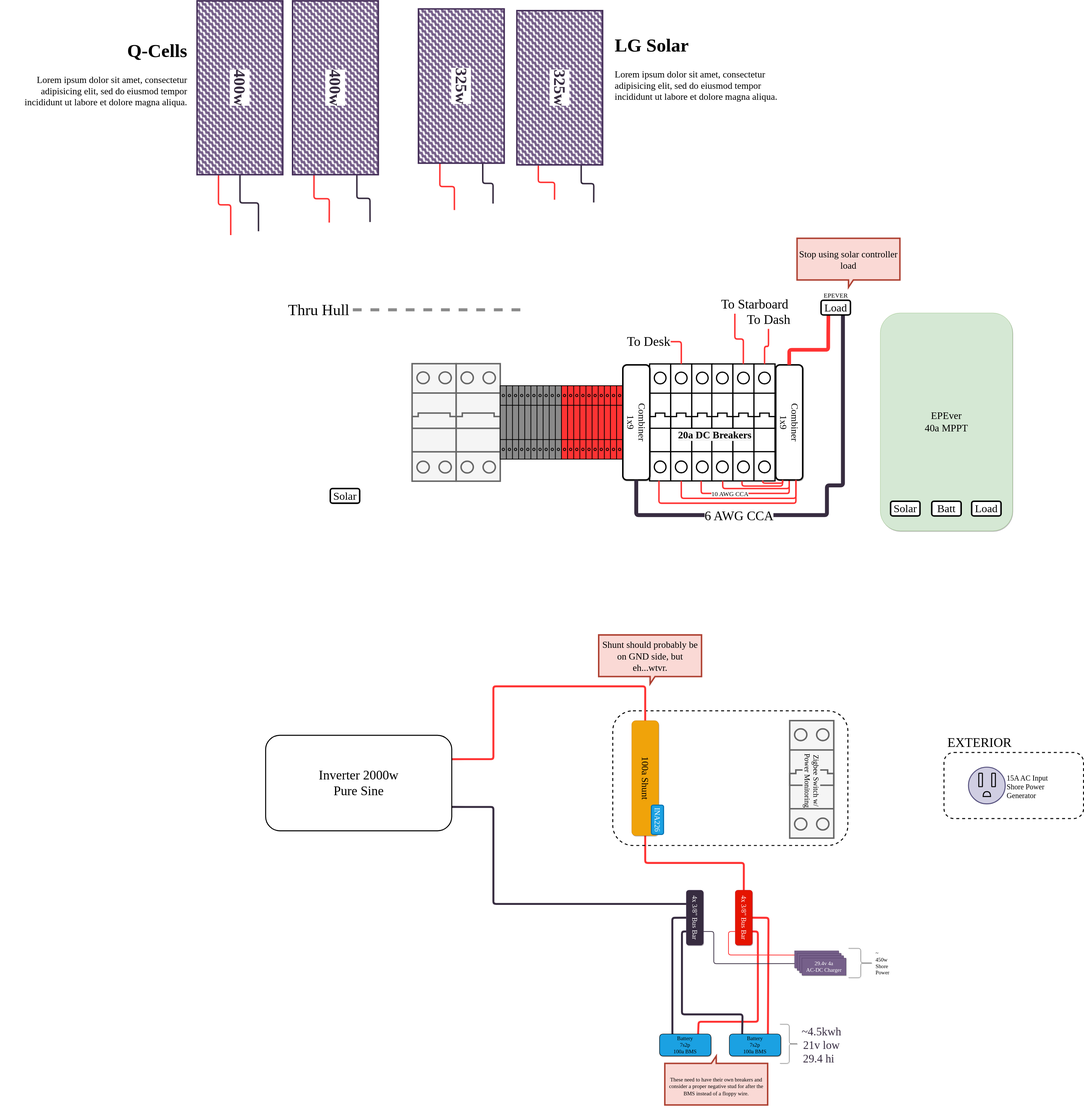
Above: gary-bussy-electrical.drawio.svg in clomads/gary-bussy (draw.io), before the change. Source tidied: cells renumbered, new cells last; positions are measured from the earlier drawing's top-left corner, leaving out a move shared by most shapes.
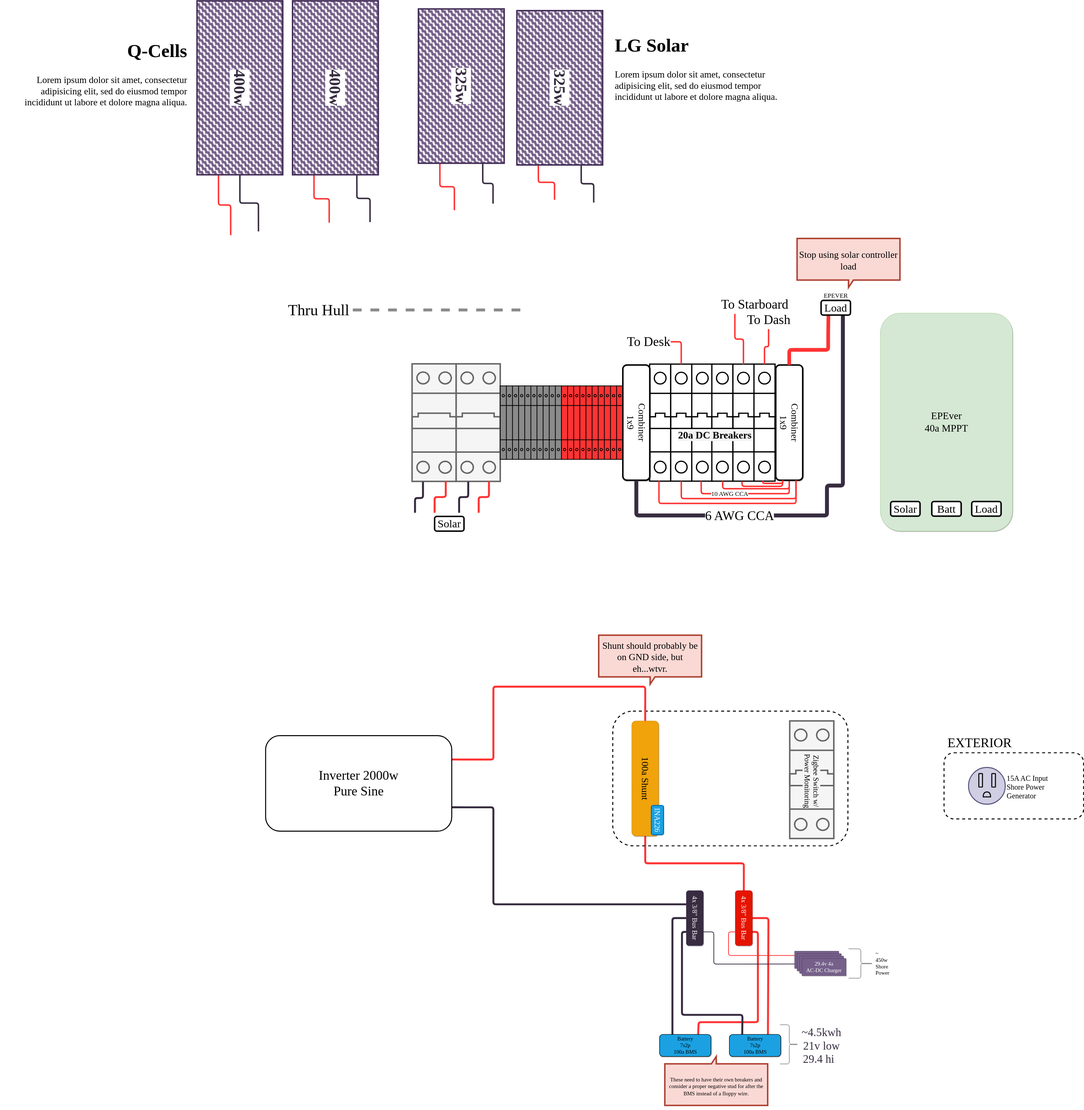
After the commit.

Commit message:
solar wires after breakers

What changed in the source:
```diff
@@ -393,7 +393,7 @@
       <mxGeometry x="3251" y="874" width="420" height="200" as="geometry" />
     </mxCell>
     <mxCell id="94" value="Solar" style="rounded=1;whiteSpace=wrap;html=1;shadow=0;labelBackgroundColor=none;sketch=0;fillStyle=auto;strokeColor=default;strokeWidth=6;fontFamily=League Spartan;fontSource=https%3A%2F%2Ffonts.googleapis.com%2Fcss%3Ffamily%3DLeague%2BSpartan;fontSize=45;fontColor=default;fillColor=default;" parent="1" vertex="1">
-      <mxGeometry x="1345" y="1896" width="120" height="60" as="geometry" />
+      <mxGeometry x="1771" y="2009" width="120" height="60" as="geometry" />
     </mxCell>
     <mxCell id="95" value="&lt;h1&gt;LG Solar&lt;/h1&gt;&lt;p&gt;Lorem ipsum dolor sit amet, consectetur adipisicing elit, sed do eiusmod tempor incididunt ut labore et dolore magna aliqua.&lt;/p&gt;" style="text;html=1;strokeColor=none;fillColor=none;spacing=5;spacingTop=-20;whiteSpace=wrap;overflow=hidden;rounded=0;shadow=0;labelBackgroundColor=none;sketch=0;fillStyle=auto;strokeWidth=6;fontFamily=League Spartan;fontSource=https%3A%2F%2Ffonts.googleapis.com%2Fcss%3Ffamily%3DLeague%2BSpartan;fontSize=38;fontColor=default;" parent="1" vertex="1">
       <mxGeometry x="2502" width="766" height="488" as="geometry" />
@@ -404,5 +404,34 @@
     <mxCell id="97" value="&lt;p style=&quot;line-height: 55%;&quot;&gt;&lt;span style=&quot;color: rgb(0, 0, 0);&quot;&gt;&lt;font style=&quot;font-size: 38px;&quot;&gt;Shunt should probably be on GND side, but eh...wtvr.&lt;/font&gt;&lt;/span&gt;&lt;/p&gt;" style="shape=callout;whiteSpace=wrap;html=1;perimeter=calloutPerimeter;shadow=0;labelBackgroundColor=none;sketch=0;fillStyle=auto;strokeColor=#ae4132;strokeWidth=6;fontFamily=League Spartan;fontSource=https%3A%2F%2Ffonts.googleapis.com%2Fcss%3Ffamily%3DLeague%2BSpartan;fontSize=67;fillColor=#fad9d5;direction=east;" parent="1" vertex="1">
       <mxGeometry x="2441" y="2494" width="420" height="200" as="geometry" />
     </mxCell>
+    <mxCell id="98" style="edgeStyle=orthogonalEdgeStyle;shape=connector;rounded=1;jettySize=auto;html=1;labelBackgroundColor=default;strokeColor=#FF3333;strokeWidth=8;fontFamily=League Spartan;fontSource=https%3A%2F%2Ffonts.googleapis.com%2Fcss%3Ffamily%3DLeague%2BSpartan;fontSize=53;fontColor=default;endArrow=none;endFill=0;exitX=0.744;exitY=0.999;exitDx=0;exitDy=0;exitPerimeter=0;" parent="1" edge="1" source="22">
+      <mxGeometry relative="1" as="geometry">
+        <mxPoint x="1951" y="1994" as="targetPoint" />
+      </mxGeometry>
+    </mxCell>
+    <mxCell id="99" style="edgeStyle=orthogonalEdgeStyle;shape=connector;rounded=1;jettySize=auto;html=1;labelBackgroundColor=default;strokeColor=#372C40;strokeWidth=8;fontFamily=League Spartan;fontSource=https%3A%2F%2Ffonts.googleapis.com%2Fcss%3Ffamily%3DLeague%2BSpartan;fontSize=53;fontColor=default;endArrow=none;endFill=0;exitX=0.274;exitY=1.002;exitDx=0;exitDy=0;exitPerimeter=0;" parent="1" edge="1" source="22">
+      <mxGeometry relative="1" as="geometry">
+        <mxPoint x="1871" y="1994" as="targetPoint" />
+      </mxGeometry>
+    </mxCell>
+    <mxCell id="100" style="edgeStyle=orthogonalEdgeStyle;shape=connector;rounded=1;jettySize=auto;html=1;labelBackgroundColor=default;strokeColor=#FF3333;strokeWidth=8;fontFamily=League Spartan;fontSource=https%3A%2F%2Ffonts.googleapis.com%2Fcss%3Ffamily%3DLeague%2BSpartan;fontSize=53;fontColor=default;endArrow=none;endFill=0;exitX=0.764;exitY=0.997;exitDx=0;exitDy=0;exitPerimeter=0;" parent="1" edge="1" source="21">
+      <mxGeometry relative="1" as="geometry">
+        <mxPoint x="1771" y="1994" as="targetPoint" />
+        <Array as="points">
+          <mxPoint x="1817" y="1930" />
+          <mxPoint x="1771" y="1930" />
+          <mxPoint x="1771" y="1994" />
+        </Array>
+      </mxGeometry>
+    </mxCell>
+    <mxCell id="101" style="edgeStyle=orthogonalEdgeStyle;shape=connector;rounded=1;jettySize=auto;html=1;labelBackgroundColor=default;strokeColor=#372C40;strokeWidth=8;fontFamily=League Spartan;fontSource=https%3A%2F%2Ffonts.googleapis.com%2Fcss%3Ffamily%3DLeague%2BSpartan;fontSize=53;fontColor=default;endArrow=none;endFill=0;exitX=0.247;exitY=1.003;exitDx=0;exitDy=0;exitPerimeter=0;" parent="1" edge="1" source="21">
+      <mxGeometry relative="1" as="geometry">
+        <mxPoint x="1691" y="1994" as="targetPoint" />
+        <Array as="points">
+          <mxPoint x="1723" y="1934" />
+          <mxPoint x="1691" y="1934" />
+        </Array>
+      </mxGeometry>
+    </mxCell>
   </root>
 </mxGraphModel>
```
